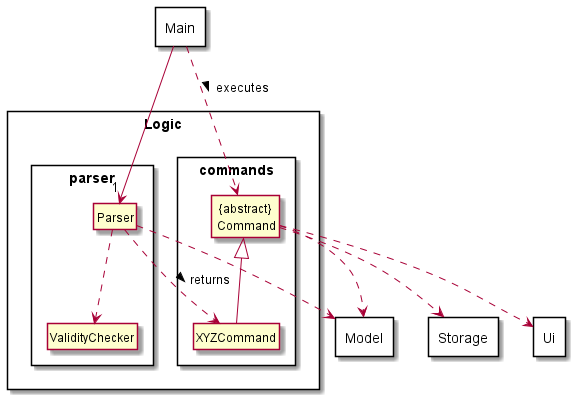
Before: docs/images/Logic.png, a diagram exported from PlantUML (yanjia1777/tp).
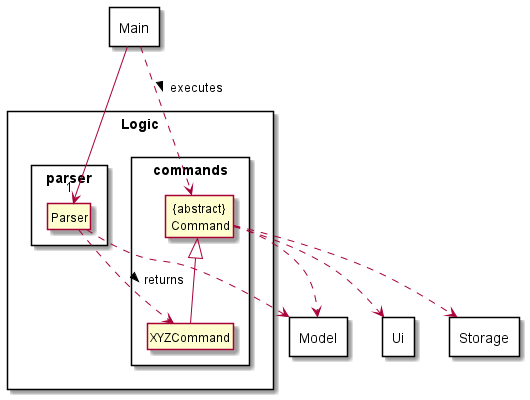
Later version of the same file.

Commit message:
Update DG with simpler logic sequence diagram and parser implementation

Change to the diagram source:
```diff
@@ -16,7 +16,6 @@
 
 
 package "parser" <<Rectangle>> {
-class ValidityChecker
 class           Parser
 }
 
@@ -25,11 +24,8 @@
 class XYZCommand
 }
 
-
-
 Main --> "1" Parser
 "{abstract}\n Command" <|-- XYZCommand
-Parser ..> ValidityChecker
 Parser ..> XYZCommand : returns >
 Main ..> "{abstract}\n Command": executes >
 
```
